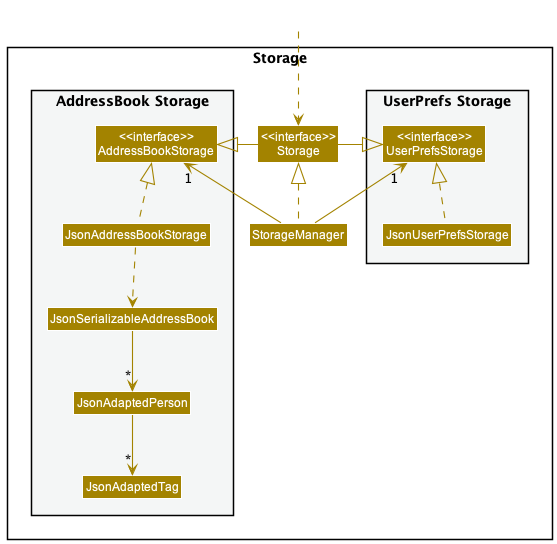
This is docs/images/StorageClassDiagram.png from nus-cs2103-AY2223S1/tp, a PlantUML export, as it was before one commit.
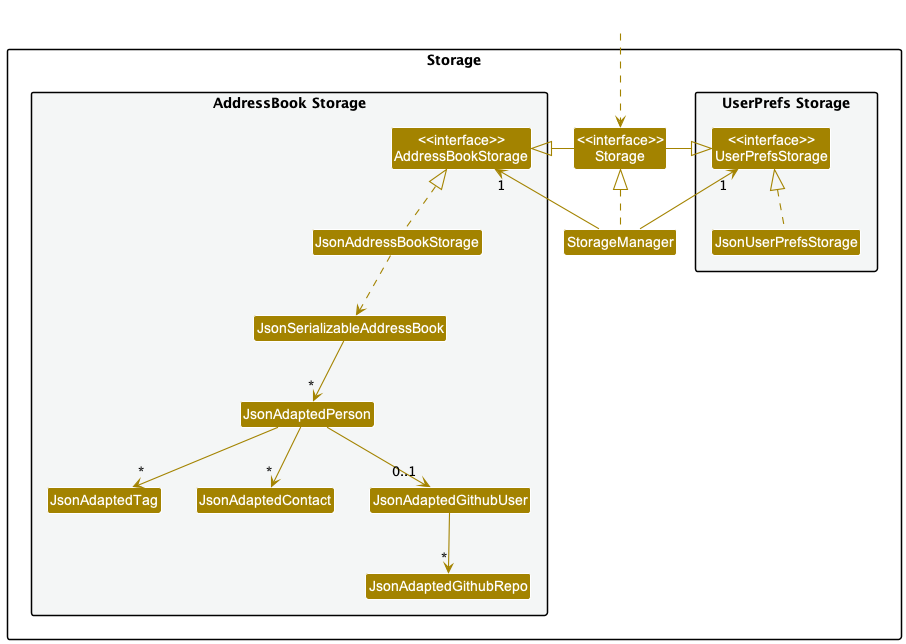
The same diagram one commit later.

Diff of the diagram source:
```diff
@@ -20,6 +20,9 @@
 Class JsonSerializableAddressBook
 Class JsonAdaptedPerson
 Class JsonAdaptedTag
+Class JsonAdaptedContact
+Class JsonAdaptedGithubUser
+Class JsonAdaptedGithubRepo
 }
 
 }
@@ -39,5 +42,8 @@
 JsonAddressBookStorage ..> JsonSerializableAddressBook
 JsonSerializableAddressBook --> "*" JsonAdaptedPerson
 JsonAdaptedPerson --> "*" JsonAdaptedTag
+JsonAdaptedPerson --> "*" JsonAdaptedContact
+JsonAdaptedPerson --> "0..1" JsonAdaptedGithubUser
+JsonAdaptedGithubUser --> "*" JsonAdaptedGithubRepo
 
 @enduml
```
